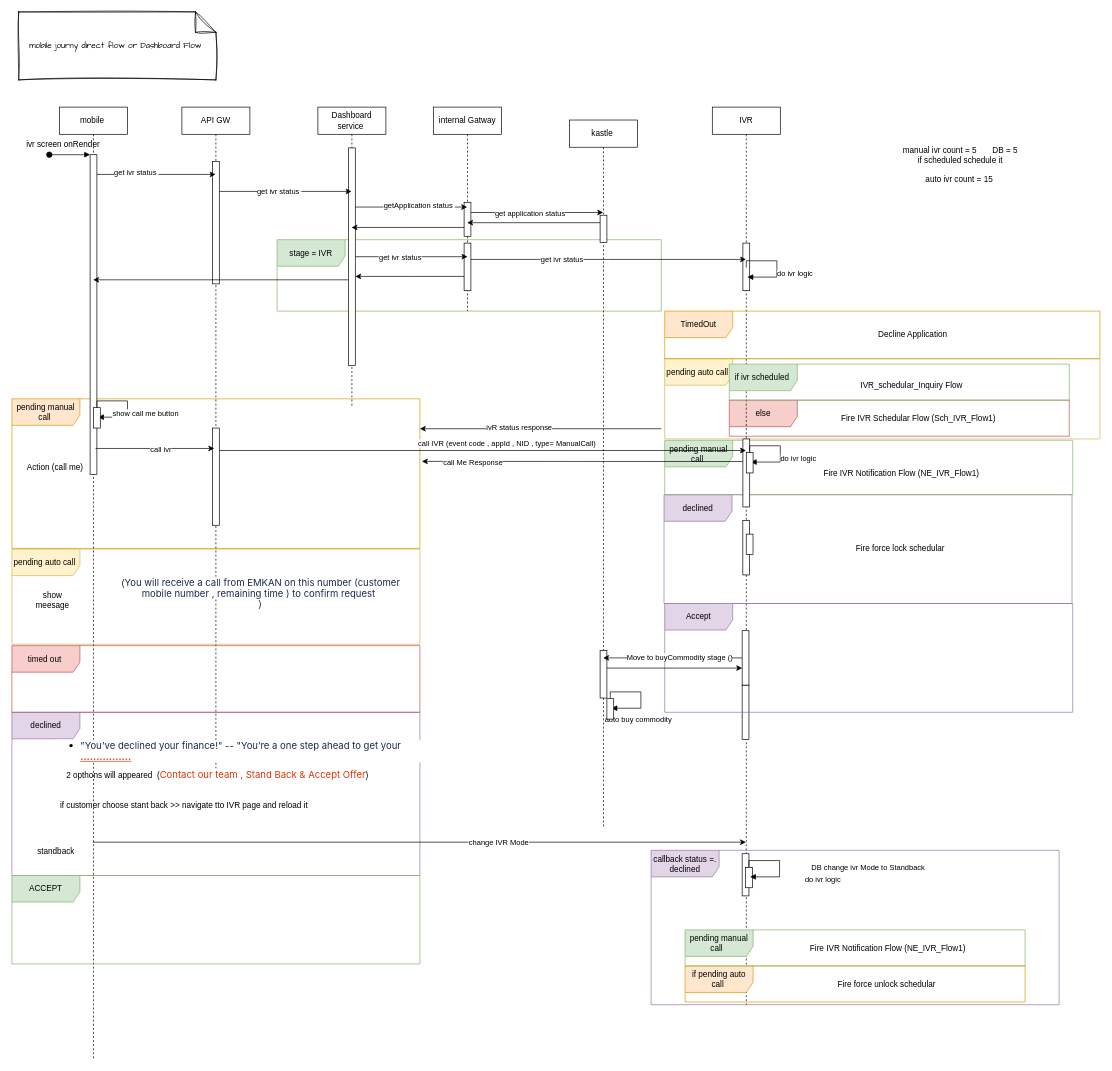
Earlier version of the draw.io diagram page "mobile journy direct flow or Dashboard Flow" (2 of 15) of IVR2.drawio (MHosnii/DrawIo). Source tidied: cells renumbered, new cells numbered last; positions are measured from the earlier drawing's top-left corner, leaving out a move shared by most shapes. Both pictures are drawn from the tidied source at 68%, with x=0, y=0 at pixel (12, 12).
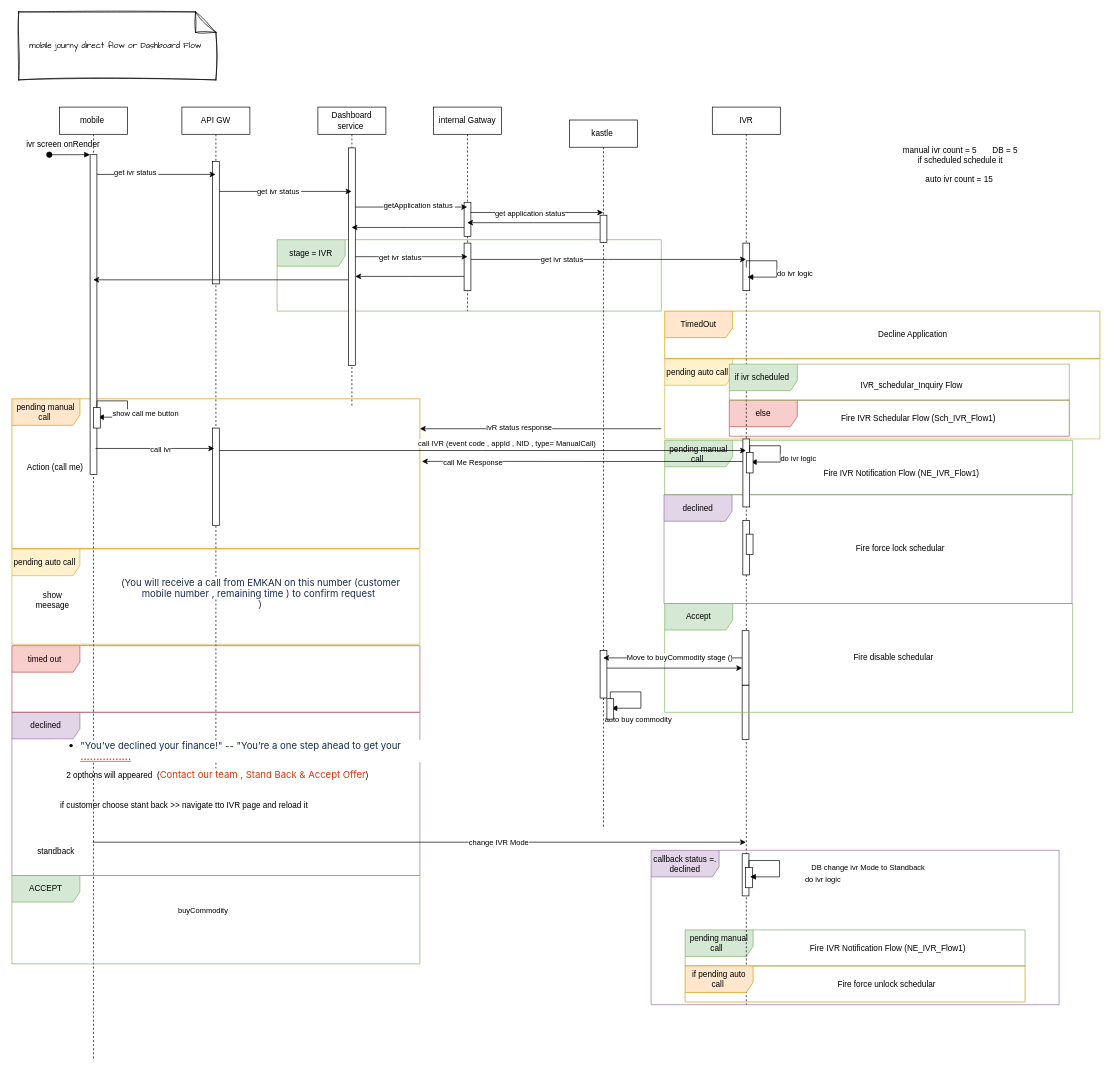
After the change.

The edit, as a diff of the source:
```diff
@@
+    <mxCell id="89" value="pending manual call&amp;nbsp;&amp;nbsp;" style="shape=umlFrame;whiteSpace=wrap;html=1;width=100;height=39;fillColor=#d5e8d4;strokeColor=#82b366;" parent="1" vertex="1">
+      <mxGeometry x="990" y="1350" width="500" height="53" as="geometry" />
+    </mxCell>
@@
-    <mxCell id="89" value="pending manual call&amp;nbsp;&amp;nbsp;" style="shape=umlFrame;whiteSpace=wrap;html=1;width=100;height=39;fillColor=#d5e8d4;strokeColor=#82b366;" parent="1" vertex="1">
-      <mxGeometry x="990" y="1350" width="500" height="53" as="geometry" />
-    </mxCell>
@@
-    <mxCell id="97" value="Accept" style="shape=umlFrame;whiteSpace=wrap;html=1;width=100;height=39;fillColor=#e1d5e7;strokeColor=#9673a6;" parent="1" vertex="1">
+    <mxCell id="97" value="Accept" style="shape=umlFrame;whiteSpace=wrap;html=1;width=100;height=39;fillColor=#d5e8d4;strokeColor=#82b366;" parent="1" vertex="1">
       <mxGeometry x="960" y="870" width="600" height="160" as="geometry" />
     </mxCell>
@@
+    <mxCell id="102" value="buyCommodity" style="edgeLabel;html=1;align=center;verticalAlign=middle;" parent="1" vertex="1">
+      <mxGeometry x="280" y="1320" as="geometry" />
+    </mxCell>
+    <mxCell id="103" value="Fire disable schedular&amp;nbsp;&amp;nbsp;" style="text;html=1;align=center;verticalAlign=middle;whiteSpace=wrap;rounded=0;" parent="1" vertex="1">
+      <mxGeometry x="1170" y="935" width="260" height="30" as="geometry" />
+    </mxCell>
```
